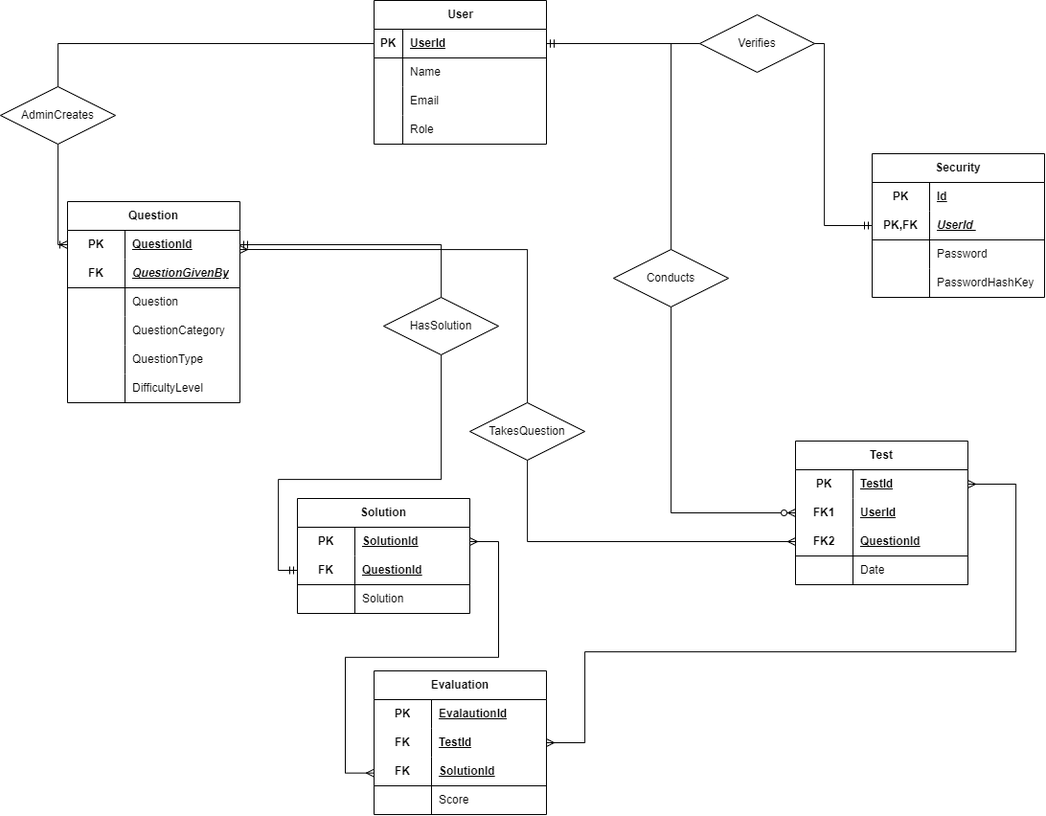
sukesh-n/MiniProject keeps this draw.io diagram as MiniProjectERD.png. Above is the earlier version. Source tidied: cells renumbered, new cells last; positions are measured from the earlier drawing's top-left corner, leaving out a move shared by most shapes.
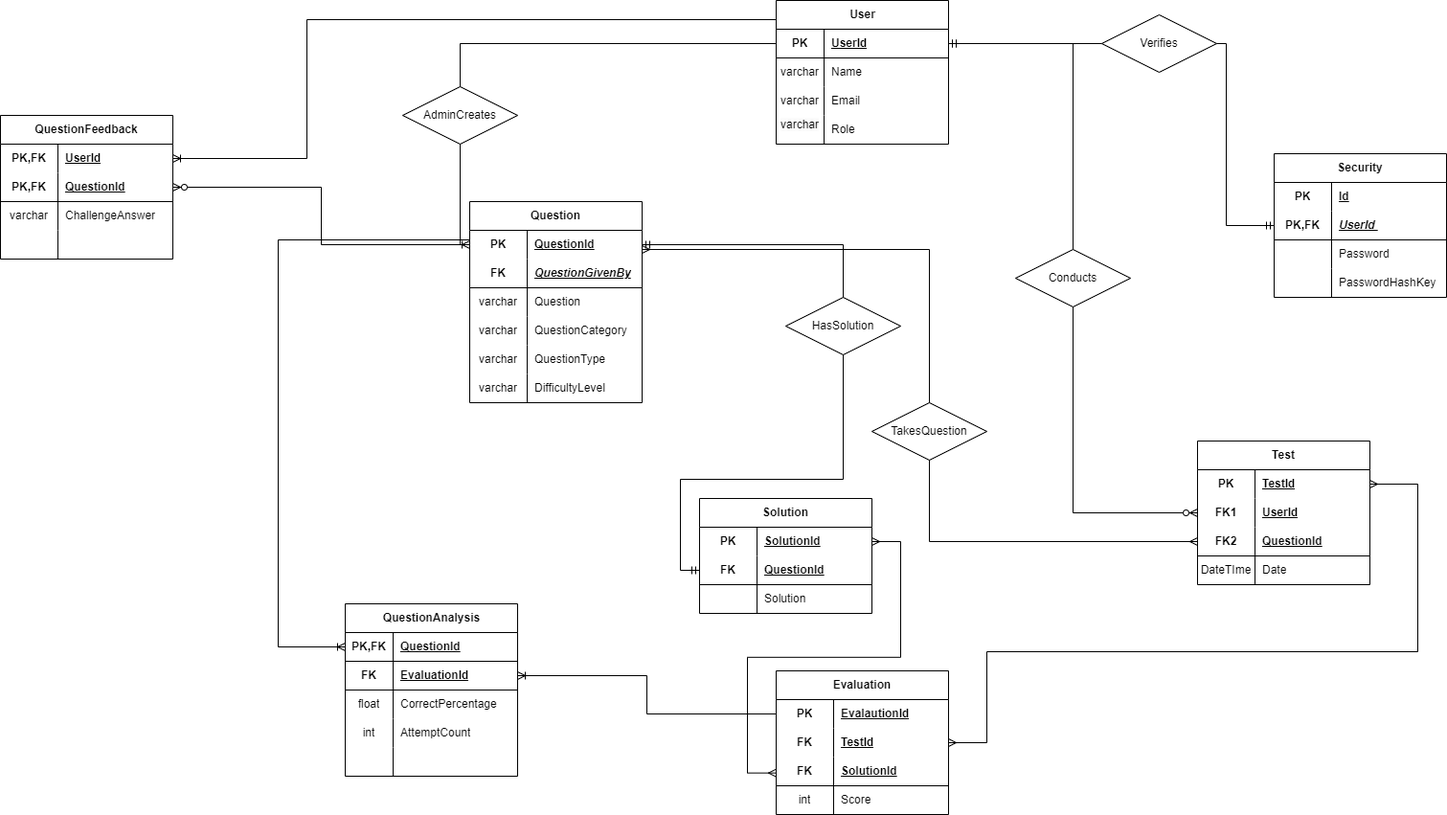
Above is the later version.

What changed in the source:
```diff
@@ -9,37 +9,37 @@
       <mxGeometry y="30" width="180" height="30" as="geometry" />
     </mxCell>
     <mxCell id="4" value="PK" style="shape=partialRectangle;fillColor=none;top=0;left=0;bottom=0;right=0;fontStyle=1;overflow=hidden;whiteSpace=wrap;html=1;" parent="3" vertex="1">
-      <mxGeometry width="30" height="30" as="geometry" />
+      <mxGeometry width="50" height="30" as="geometry" />
     </mxCell>
     <mxCell id="5" value="UserId" style="shape=partialRectangle;fillColor=none;top=0;left=0;bottom=0;right=0;align=left;spacingLeft=6;fontStyle=5;overflow=hidden;whiteSpace=wrap;html=1;" parent="3" vertex="1">
-      <mxGeometry x="30" width="150" height="30" as="geometry" />
+      <mxGeometry x="50" width="130" height="30" as="geometry" />
     </mxCell>
     <mxCell id="6" style="shape=tableRow;horizontal=0;startSize=0;swimlaneHead=0;swimlaneBody=0;fillColor=none;top=0;left=0;right=0;bottom=0;" parent="2" vertex="1">
       <mxGeometry y="60" width="180" height="30" as="geometry" />
     </mxCell>
-    <mxCell id="7" style="shape=partialRectangle;fillColor=none;top=0;left=0;bottom=0;right=0;overflow=hidden;whiteSpace=wrap;html=1;" parent="6" vertex="1">
-      <mxGeometry width="30" height="30" as="geometry" />
+    <mxCell id="7" value="varchar" style="shape=partialRectangle;fillColor=none;top=0;left=0;bottom=0;right=0;overflow=hidden;whiteSpace=wrap;html=1;" parent="6" vertex="1">
+      <mxGeometry width="50" height="30" as="geometry" />
     </mxCell>
     <mxCell id="8" value="Name" style="shape=partialRectangle;fillColor=none;top=0;left=0;bottom=0;right=0;align=left;spacingLeft=6;overflow=hidden;whiteSpace=wrap;html=1;" parent="6" vertex="1">
-      <mxGeometry x="30" width="150" height="30" as="geometry" />
+      <mxGeometry x="50" width="130" height="30" as="geometry" />
     </mxCell>
     <mxCell id="9" style="shape=tableRow;horizontal=0;startSize=0;swimlaneHead=0;swimlaneBody=0;fillColor=none;top=0;left=0;right=0;bottom=0;" parent="2" vertex="1">
       <mxGeometry y="90" width="180" height="30" as="geometry" />
     </mxCell>
-    <mxCell id="10" style="shape=partialRectangle;fillColor=none;top=0;left=0;bottom=0;right=0;overflow=hidden;whiteSpace=wrap;html=1;" parent="9" vertex="1">
-      <mxGeometry width="30" height="30" as="geometry" />
+    <mxCell id="10" value="varchar" style="shape=partialRectangle;fillColor=none;top=0;left=0;bottom=0;right=0;overflow=hidden;whiteSpace=wrap;html=1;" parent="9" vertex="1">
+      <mxGeometry width="50" height="30" as="geometry" />
     </mxCell>
     <mxCell id="11" value="Email" style="shape=partialRectangle;fillColor=none;top=0;left=0;bottom=0;right=0;align=left;spacingLeft=6;overflow=hidden;whiteSpace=wrap;html=1;" parent="9" vertex="1">
-      <mxGeometry x="30" width="150" height="30" as="geometry" />
+      <mxGeometry x="50" width="130" height="30" as="geometry" />
     </mxCell>
     <mxCell id="12" style="shape=tableRow;horizontal=0;startSize=0;swimlaneHead=0;swimlaneBody=0;fillColor=none;top=0;left=0;right=0;bottom=0;" parent="2" vertex="1">
       <mxGeometry y="120" width="180" height="30" as="geometry" />
     </mxCell>
-    <mxCell id="13" style="shape=partialRectangle;fillColor=none;top=0;left=0;bottom=0;right=0;overflow=hidden;whiteSpace=wrap;html=1;" parent="12" vertex="1">
-      <mxGeometry width="30" height="30" as="geometry" />
+    <mxCell id="13" value="&lt;span style=&quot;color: rgb(0, 0, 0); font-family: Helvetica; font-size: 12px; font-style: normal; font-variant-ligatures: normal; font-variant-caps: normal; font-weight: 400; letter-spacing: normal; orphans: 2; text-align: center; text-indent: 0px; text-transform: none; widows: 2; word-spacing: 0px; -webkit-text-stroke-width: 0px; white-space: normal; background-color: rgb(251, 251, 251); text-decoration-thickness: initial; text-decoration-style: initial; text-decoration-color: initial; display: inline !important; float: none;&quot;&gt;varchar&lt;/span&gt;&lt;div&gt;&lt;br/&gt;&lt;/div&gt;" style="shape=partialRectangle;fillColor=none;top=0;left=0;bottom=0;right=0;overflow=hidden;whiteSpace=wrap;html=1;" parent="12" vertex="1">
+      <mxGeometry width="50" height="30" as="geometry" />
     </mxCell>
     <mxCell id="14" value="Role" style="shape=partialRectangle;fillColor=none;top=0;left=0;bottom=0;right=0;align=left;spacingLeft=6;overflow=hidden;whiteSpace=wrap;html=1;" parent="12" vertex="1">
-      <mxGeometry x="30" width="150" height="30" as="geometry" />
+      <mxGeometry x="50" width="130" height="30" as="geometry" />
     </mxCell>
     <mxCell id="15" value="Security" style="shape=table;startSize=30;rowLines=0;fontStyle=1;align=center;html=1;whiteSpace=wrap;" parent="1" vertex="1">
       <mxGeometry x="910" y="160" width="180" height="150" as="geometry" />
@@ -112,7 +112,7 @@
     <mxCell id="36" style="shape=tableRow;horizontal=0;startSize=0;swimlaneHead=0;swimlaneBody=0;fillColor=none;top=0;left=0;right=0;bottom=0;html=1;" parent="29" vertex="1">
       <mxGeometry y="90" width="180" height="30" as="geometry" />
     </mxCell>
-    <mxCell id="37" style="shape=partialRectangle;fillColor=none;top=0;left=0;bottom=0;right=0;overflow=hidden;html=1;whiteSpace=wrap;" parent="36" vertex="1">
+    <mxCell id="37" value="varchar" style="shape=partialRectangle;fillColor=none;top=0;left=0;bottom=0;right=0;overflow=hidden;html=1;whiteSpace=wrap;" parent="36" vertex="1">
       <mxGeometry width="60" height="30" as="geometry" />
     </mxCell>
     <mxCell id="38" value="Question" style="shape=partialRectangle;fillColor=none;top=0;left=0;bottom=0;right=0;align=left;spacingLeft=6;overflow=hidden;html=1;whiteSpace=wrap;" parent="36" vertex="1">
@@ -121,7 +121,7 @@
     <mxCell id="39" style="shape=tableRow;horizontal=0;startSize=0;swimlaneHead=0;swimlaneBody=0;fillColor=none;top=0;left=0;right=0;bottom=0;html=1;" parent="29" vertex="1">
       <mxGeometry y="120" width="180" height="30" as="geometry" />
     </mxCell>
-    <mxCell id="40" style="shape=partialRectangle;fillColor=none;top=0;left=0;bottom=0;right=0;overflow=hidden;html=1;whiteSpace=wrap;" parent="39" vertex="1">
+    <mxCell id="40" value="varchar" style="shape=partialRectangle;fillColor=none;top=0;left=0;bottom=0;right=0;overflow=hidden;html=1;whiteSpace=wrap;" parent="39" vertex="1">
       <mxGeometry width="60" height="30" as="geometry" />
     </mxCell>
     <mxCell id="41" value="QuestionCategory" style="shape=partialRectangle;fillColor=none;top=0;left=0;bottom=0;right=0;align=left;spacingLeft=6;overflow=hidden;html=1;whiteSpace=wrap;" parent="39" vertex="1">
@@ -130,7 +130,7 @@
     <mxCell id="42" style="shape=tableRow;horizontal=0;startSize=0;swimlaneHead=0;swimlaneBody=0;fillColor=none;top=0;left=0;right=0;bottom=0;html=1;" parent="29" vertex="1">
       <mxGeometry y="150" width="180" height="30" as="geometry" />
     </mxCell>
-    <mxCell id="43" style="shape=partialRectangle;fillColor=none;top=0;left=0;bottom=0;right=0;overflow=hidden;html=1;whiteSpace=wrap;" parent="42" vertex="1">
+    <mxCell id="43" value="varchar" style="shape=partialRectangle;fillColor=none;top=0;left=0;bottom=0;right=0;overflow=hidden;html=1;whiteSpace=wrap;" parent="42" vertex="1">
       <mxGeometry width="60" height="30" as="geometry" />
     </mxCell>
     <mxCell id="44" value="QuestionType" style="shape=partialRectangle;fillColor=none;top=0;left=0;bottom=0;right=0;align=left;spacingLeft=6;overflow=hidden;html=1;whiteSpace=wrap;" parent="42" vertex="1">
@@ -139,7 +139,7 @@
     <mxCell id="45" style="shape=tableRow;horizontal=0;startSize=0;swimlaneHead=0;swimlaneBody=0;fillColor=none;top=0;left=0;right=0;bottom=0;html=1;" parent="29" vertex="1">
       <mxGeometry y="180" width="180" height="30" as="geometry" />
     </mxCell>
-    <mxCell id="46" style="shape=partialRectangle;fillColor=none;top=0;left=0;bottom=0;right=0;overflow=hidden;html=1;whiteSpace=wrap;" parent="45" vertex="1">
+    <mxCell id="46" value="varchar" style="shape=partialRectangle;fillColor=none;top=0;left=0;bottom=0;right=0;overflow=hidden;html=1;whiteSpace=wrap;" parent="45" vertex="1">
       <mxGeometry width="60" height="30" as="geometry" />
     </mxCell>
     <mxCell id="47" value="DifficultyLevel" style="shape=partialRectangle;fillColor=none;top=0;left=0;bottom=0;right=0;align=left;spacingLeft=6;overflow=hidden;html=1;whiteSpace=wrap;" parent="45" vertex="1">
@@ -208,7 +208,7 @@
     <mxCell id="68" style="shape=tableRow;horizontal=0;startSize=0;swimlaneHead=0;swimlaneBody=0;fillColor=none;top=0;left=0;right=0;bottom=0;html=1;" parent="58" vertex="1">
       <mxGeometry y="120" width="180" height="30" as="geometry" />
     </mxCell>
-    <mxCell id="69" style="shape=partialRectangle;fillColor=none;top=0;left=0;bottom=0;right=0;overflow=hidden;html=1;whiteSpace=wrap;" parent="68" vertex="1">
+    <mxCell id="69" value="DateTIme" style="shape=partialRectangle;fillColor=none;top=0;left=0;bottom=0;right=0;overflow=hidden;html=1;whiteSpace=wrap;" parent="68" vertex="1">
       <mxGeometry width="60" height="30" as="geometry" />
     </mxCell>
     <mxCell id="70" value="Date" style="shape=partialRectangle;fillColor=none;top=0;left=0;bottom=0;right=0;align=left;spacingLeft=6;overflow=hidden;html=1;whiteSpace=wrap;" parent="68" vertex="1">
@@ -268,7 +268,7 @@
     <mxCell id="84" style="shape=tableRow;horizontal=0;startSize=0;swimlaneHead=0;swimlaneBody=0;fillColor=none;top=0;left=0;right=0;bottom=0;html=1;" parent="74" vertex="1">
       <mxGeometry y="120" width="180" height="30" as="geometry" />
     </mxCell>
-    <mxCell id="85" style="shape=partialRectangle;fillColor=none;top=0;left=0;bottom=0;right=0;overflow=hidden;html=1;whiteSpace=wrap;" parent="84" vertex="1">
+    <mxCell id="85" value="int" style="shape=partialRectangle;fillColor=none;top=0;left=0;bottom=0;right=0;overflow=hidden;html=1;whiteSpace=wrap;" parent="84" vertex="1">
       <mxGeometry width="60" height="30" as="geometry" />
     </mxCell>
     <mxCell id="86" value="Score" style="shape=partialRectangle;fillColor=none;top=0;left=0;bottom=0;right=0;align=left;spacingLeft=6;overflow=hidden;html=1;whiteSpace=wrap;" parent="84" vertex="1">
@@ -311,5 +311,116 @@
     <mxCell id="94" value="AdminCreates" style="shape=rhombus;perimeter=rhombusPerimeter;whiteSpace=wrap;html=1;align=center;" parent="1" vertex="1">
       <mxGeometry y="90" width="120" height="60" as="geometry" />
     </mxCell>
+    <mxCell id="95" value="QuestionAnalysis" style="shape=table;startSize=30;rowLines=0;fontStyle=1;align=center;html=1;" parent="1" vertex="1">
+      <mxGeometry x="-60" y="630" width="180" height="180" as="geometry" />
+    </mxCell>
+    <mxCell id="96" style="shape=tableRow;horizontal=0;startSize=0;swimlaneHead=0;swimlaneBody=0;fillColor=none;points=[[0,0.5],[1,0.5]];portConstraint=eastwest;top=0;left=0;right=0;bottom=1;" parent="95" vertex="1">
+      <mxGeometry y="30" width="180" height="30" as="geometry" />
+    </mxCell>
+    <mxCell id="97" value="PK,FK" style="shape=partialRectangle;fillColor=none;top=0;left=0;bottom=0;right=0;fontStyle=1;overflow=hidden;whiteSpace=wrap;html=1;" parent="96" vertex="1">
+      <mxGeometry width="50" height="30" as="geometry" />
+    </mxCell>
+    <mxCell id="98" value="QuestionId" style="shape=partialRectangle;fillColor=none;top=0;left=0;bottom=0;right=0;align=left;spacingLeft=6;fontStyle=5;overflow=hidden;whiteSpace=wrap;html=1;" parent="96" vertex="1">
+      <mxGeometry x="50" width="130" height="30" as="geometry" />
+    </mxCell>
+    <mxCell id="99" style="shape=tableRow;horizontal=0;startSize=0;swimlaneHead=0;swimlaneBody=0;fillColor=none;points=[[0,0.5],[1,0.5]];portConstraint=eastwest;top=0;left=0;right=0;bottom=1;" parent="95" vertex="1">
+      <mxGeometry y="60" width="180" height="30" as="geometry" />
+    </mxCell>
+    <mxCell id="100" value="FK" style="shape=partialRectangle;fillColor=none;top=0;left=0;bottom=0;right=0;fontStyle=1;overflow=hidden;whiteSpace=wrap;html=1;" parent="99" vertex="1">
+      <mxGeometry width="50" height="30" as="geometry" />
+    </mxCell>
+    <mxCell id="101" value="EvaluationId" style="shape=partialRectangle;fillColor=none;top=0;left=0;bottom=0;right=0;align=left;spacingLeft=6;fontStyle=5;overflow=hidden;whiteSpace=wrap;html=1;" parent="99" vertex="1">
+      <mxGeometry x="50" width="130" height="30" as="geometry" />
+    </mxCell>
+    <mxCell id="102" style="shape=tableRow;horizontal=0;startSize=0;swimlaneHead=0;swimlaneBody=0;fillColor=none;top=0;left=0;right=0;bottom=0;" parent="95" vertex="1">
+      <mxGeometry y="90" width="180" height="30" as="geometry" />
+    </mxCell>
+    <mxCell id="103" value="float" style="shape=partialRectangle;fillColor=none;top=0;left=0;bottom=0;right=0;overflow=hidden;whiteSpace=wrap;html=1;" parent="102" vertex="1">
+      <mxGeometry width="50" height="30" as="geometry" />
+    </mxCell>
+    <mxCell id="104" value="CorrectPercentage" style="shape=partialRectangle;fillColor=none;top=0;left=0;bottom=0;right=0;align=left;spacingLeft=6;overflow=hidden;whiteSpace=wrap;html=1;" parent="102" vertex="1">
+      <mxGeometry x="50" width="130" height="30" as="geometry" />
+    </mxCell>
+    <mxCell id="105" style="shape=tableRow;horizontal=0;startSize=0;swimlaneHead=0;swimlaneBody=0;fillColor=none;top=0;left=0;right=0;bottom=0;" parent="95" vertex="1">
+      <mxGeometry y="120" width="180" height="30" as="geometry" />
+    </mxCell>
+    <mxCell id="106" value="int" style="shape=partialRectangle;fillColor=none;top=0;left=0;bottom=0;right=0;overflow=hidden;whiteSpace=wrap;html=1;" parent="105" vertex="1">
+      <mxGeometry width="50" height="30" as="geometry" />
+    </mxCell>
+    <mxCell id="107" value="AttemptCount" style="shape=partialRectangle;fillColor=none;top=0;left=0;bottom=0;right=0;align=left;spacingLeft=6;overflow=hidden;whiteSpace=wrap;html=1;" parent="105" vertex="1">
+      <mxGeometry x="50" width="130" height="30" as="geometry" />
+    </mxCell>
+    <mxCell id="108" style="shape=tableRow;horizontal=0;startSize=0;swimlaneHead=0;swimlaneBody=0;fillColor=none;top=0;left=0;right=0;bottom=0;" parent="95" vertex="1">
+      <mxGeometry y="150" width="180" height="30" as="geometry" />
+    </mxCell>
+    <mxCell id="109" style="shape=partialRectangle;fillColor=none;top=0;left=0;bottom=0;right=0;overflow=hidden;whiteSpace=wrap;html=1;" parent="108" vertex="1">
+      <mxGeometry width="50" height="30" as="geometry" />
+    </mxCell>
+    <mxCell id="110" style="shape=partialRectangle;fillColor=none;top=0;left=0;bottom=0;right=0;align=left;spacingLeft=6;overflow=hidden;whiteSpace=wrap;html=1;" parent="108" vertex="1">
+      <mxGeometry x="50" width="130" height="30" as="geometry" />
+    </mxCell>
+    <mxCell id="111" style="edgeStyle=orthogonalEdgeStyle;fontSize=12;html=1;endArrow=ERoneToMany;rounded=0;entryX=1;entryY=0.5;entryDx=0;entryDy=0;exitX=0;exitY=0.5;exitDx=0;exitDy=0;" parent="1" edge="1" source="75" target="99">
+      <mxGeometry relative="1" as="geometry" />
+    </mxCell>
+    <mxCell id="112" style="edgeStyle=orthogonalEdgeStyle;fontSize=12;html=1;endArrow=ERoneToMany;rounded=0;entryX=0;entryY=0.5;entryDx=0;entryDy=0;" parent="1" edge="1" target="96">
+      <mxGeometry relative="1" as="geometry">
+        <mxPoint x="70" y="250" as="sourcePoint" />
+        <Array as="points">
+          <mxPoint x="-130" y="250" />
+          <mxPoint x="-130" y="675" />
+        </Array>
+      </mxGeometry>
+    </mxCell>
+    <mxCell id="113" value="QuestionFeedback" style="shape=table;startSize=30;rowLines=0;fontStyle=1;align=center;html=1;whiteSpace=wrap;" parent="1" vertex="1">
+      <mxGeometry x="-420" y="120" width="180" height="150" as="geometry" />
+    </mxCell>
+    <mxCell id="114" style="shape=tableRow;horizontal=0;startSize=0;swimlaneHead=0;swimlaneBody=0;fillColor=none;points=[[0,0.5],[1,0.5]];portConstraint=eastwest;top=0;left=0;right=0;bottom=0;html=1;" parent="113" vertex="1">
+      <mxGeometry y="30" width="180" height="30" as="geometry" />
+    </mxCell>
+    <mxCell id="115" value="PK,FK" style="shape=partialRectangle;fillColor=none;top=0;left=0;bottom=0;right=0;fontStyle=1;overflow=hidden;html=1;whiteSpace=wrap;" parent="114" vertex="1">
+      <mxGeometry width="60" height="30" as="geometry" />
+    </mxCell>
+    <mxCell id="116" value="UserId" style="shape=partialRectangle;fillColor=none;top=0;left=0;bottom=0;right=0;align=left;spacingLeft=6;fontStyle=5;overflow=hidden;html=1;whiteSpace=wrap;" parent="114" vertex="1">
+      <mxGeometry x="60" width="120" height="30" as="geometry" />
+    </mxCell>
+    <mxCell id="117" style="shape=tableRow;horizontal=0;startSize=0;swimlaneHead=0;swimlaneBody=0;fillColor=none;points=[[0,0.5],[1,0.5]];portConstraint=eastwest;top=0;left=0;right=0;bottom=1;html=1;" parent="113" vertex="1">
+      <mxGeometry y="60" width="180" height="30" as="geometry" />
+    </mxCell>
+    <mxCell id="118" value="PK,FK" style="shape=partialRectangle;fillColor=none;top=0;left=0;bottom=0;right=0;fontStyle=1;overflow=hidden;html=1;whiteSpace=wrap;" parent="117" vertex="1">
+      <mxGeometry width="60" height="30" as="geometry" />
+    </mxCell>
+    <mxCell id="119" value="QuestionId" style="shape=partialRectangle;fillColor=none;top=0;left=0;bottom=0;right=0;align=left;spacingLeft=6;fontStyle=5;overflow=hidden;html=1;whiteSpace=wrap;" parent="117" vertex="1">
+      <mxGeometry x="60" width="120" height="30" as="geometry" />
+    </mxCell>
+    <mxCell id="120" style="shape=tableRow;horizontal=0;startSize=0;swimlaneHead=0;swimlaneBody=0;fillColor=none;top=0;left=0;right=0;bottom=0;html=1;" parent="113" vertex="1">
+      <mxGeometry y="90" width="180" height="30" as="geometry" />
+    </mxCell>
+    <mxCell id="121" value="varchar" style="shape=partialRectangle;fillColor=none;top=0;left=0;bottom=0;right=0;overflow=hidden;html=1;whiteSpace=wrap;" parent="120" vertex="1">
+      <mxGeometry width="60" height="30" as="geometry" />
+    </mxCell>
+    <mxCell id="122" value="ChallengeAnswer" style="shape=partialRectangle;fillColor=none;top=0;left=0;bottom=0;right=0;align=left;spacingLeft=6;overflow=hidden;html=1;whiteSpace=wrap;" parent="120" vertex="1">
+      <mxGeometry x="60" width="120" height="30" as="geometry" />
+    </mxCell>
+    <mxCell id="123" style="shape=tableRow;horizontal=0;startSize=0;swimlaneHead=0;swimlaneBody=0;fillColor=none;top=0;left=0;right=0;bottom=0;html=1;" parent="113" vertex="1">
+      <mxGeometry y="120" width="180" height="30" as="geometry" />
+    </mxCell>
+    <mxCell id="124" style="shape=partialRectangle;fillColor=none;top=0;left=0;bottom=0;right=0;overflow=hidden;html=1;whiteSpace=wrap;" parent="123" vertex="1">
+      <mxGeometry width="60" height="30" as="geometry" />
+    </mxCell>
+    <mxCell id="125" style="shape=partialRectangle;fillColor=none;top=0;left=0;bottom=0;right=0;align=left;spacingLeft=6;overflow=hidden;html=1;whiteSpace=wrap;" parent="123" vertex="1">
+      <mxGeometry x="60" width="120" height="30" as="geometry" />
+    </mxCell>
+    <mxCell id="126" style="edgeStyle=orthogonalEdgeStyle;fontSize=12;html=1;endArrow=ERoneToMany;rounded=0;entryX=1;entryY=0.5;entryDx=0;entryDy=0;exitX=0;exitY=0.5;exitDx=0;exitDy=0;" parent="1" edge="1" source="3" target="114">
+      <mxGeometry relative="1" as="geometry">
+        <Array as="points">
+          <mxPoint x="390" y="20" />
+          <mxPoint x="-100" y="20" />
+          <mxPoint x="-100" y="165" />
+        </Array>
+      </mxGeometry>
+    </mxCell>
+    <mxCell id="127" style="edgeStyle=orthogonalEdgeStyle;fontSize=12;html=1;endArrow=ERzeroToMany;endFill=1;rounded=0;entryX=1;entryY=0.5;entryDx=0;entryDy=0;exitX=0;exitY=0.5;exitDx=0;exitDy=0;" parent="1" edge="1" source="30" target="117">
+      <mxGeometry relative="1" as="geometry" />
+    </mxCell>
   </root>
 </mxGraphModel>
```
